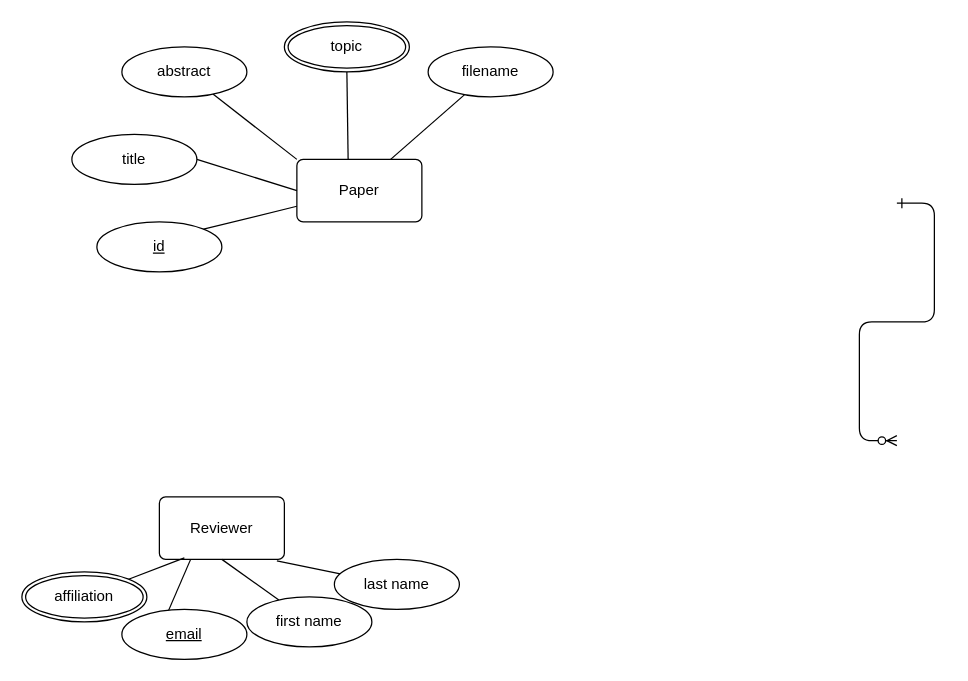
Earlier version of the draw.io diagram Untitled Diagram.drawio (Alibek10599/Node_basic_REST_API_App). Source tidied: cells renumbered, new cells numbered last; positions are measured from the earlier drawing's top-left corner, leaving out a move shared by most shapes. Both pictures are drawn from the tidied source at 125%, with x=0, y=0 at pixel (21, 21).
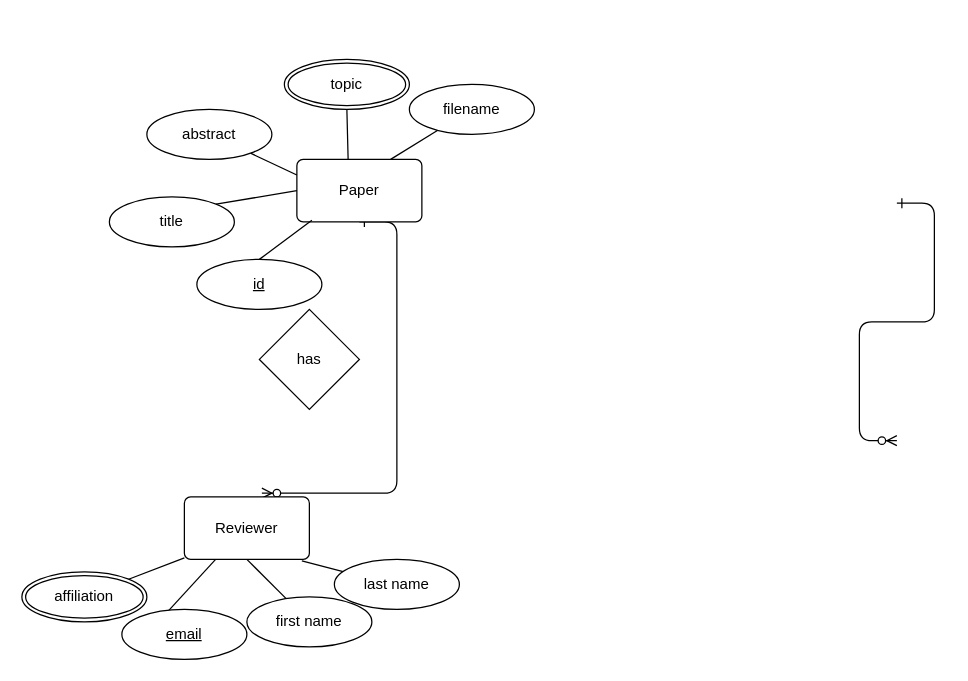
The same page after the edit.

The change refers to these unchanged cells:
```xml
<mxCell id="6" value="Paper" style="rounded=1;arcSize=10;whiteSpace=wrap;html=1;align=center;" parent="1" vertex="1">
  <mxGeometry x="220" y="110" width="100" height="50" as="geometry" />
</mxCell>
```

The edit, as a diff of the source:
```diff
@@
+    <mxCell id="23" style="edgeStyle=entityRelationEdgeStyle;endArrow=ERzeroToMany;startArrow=ERone;endFill=1;startFill=0;entryX=0.62;entryY=-0.06;entryDx=0;entryDy=0;entryPerimeter=0;" parent="1" edge="1" target="3">
+      <mxGeometry relative="1" as="geometry">
+        <mxPoint x="270" y="160" as="sourcePoint" />
+      </mxGeometry>
+    </mxCell>
@@
     <mxCell id="3" value="Reviewer" style="rounded=1;arcSize=10;whiteSpace=wrap;html=1;align=center;" parent="1" vertex="1">
-      <mxGeometry x="110" y="380" width="100" height="50" as="geometry" />
+      <mxGeometry x="130" y="380" width="100" height="50" as="geometry" />
     </mxCell>
@@
-    <mxCell id="12" style="endArrow=none;html=1;exitX=0;exitY=0.5;exitDx=0;exitDy=0;entryX=1;entryY=0.5;entryDx=0;entryDy=0;" parent="1" edge="1" source="6" target="13">
+    <mxCell id="12" style="endArrow=none;html=1;exitX=0;exitY=0.5;exitDx=0;exitDy=0;entryX=1;entryY=0;entryDx=0;entryDy=0;" parent="1" edge="1" source="6" target="13">
       <mxGeometry relative="1" as="geometry" />
     </mxCell>
     <mxCell id="13" value="title" style="ellipse;whiteSpace=wrap;html=1;align=center;" parent="1" vertex="1">
-      <mxGeometry x="40" y="90" width="100" height="40" as="geometry" />
+      <mxGeometry x="70" y="140" width="100" height="40" as="geometry" />
     </mxCell>
     <mxCell id="14" value="id" style="ellipse;whiteSpace=wrap;html=1;align=center;fontStyle=4;" parent="1" vertex="1">
-      <mxGeometry x="60" y="160" width="100" height="40" as="geometry" />
+      <mxGeometry x="140" y="190" width="100" height="40" as="geometry" />
     </mxCell>
-    <mxCell id="15" style="endArrow=none;html=1;exitX=0;exitY=0.75;exitDx=0;exitDy=0;entryX=1;entryY=0;entryDx=0;entryDy=0;" parent="1" edge="1" source="6" target="14">
+    <mxCell id="15" style="endArrow=none;html=1;exitX=0.12;exitY=0.975;exitDx=0;exitDy=0;exitPerimeter=0;entryX=0.5;entryY=0;entryDx=0;entryDy=0;" parent="1" edge="1" source="6" target="14">
       <mxGeometry relative="1" as="geometry" />
     </mxCell>
-    <mxCell id="16" style="endArrow=none;html=1;exitX=0;exitY=0;exitDx=0;exitDy=0;" parent="1" edge="1" source="6" target="17">
+    <mxCell id="16" style="endArrow=none;html=1;exitX=0;exitY=0.25;exitDx=0;exitDy=0;" parent="1" edge="1" source="6" target="17">
       <mxGeometry relative="1" as="geometry" />
     </mxCell>
     <mxCell id="17" value="abstract" style="ellipse;whiteSpace=wrap;html=1;align=center;" parent="1" vertex="1">
-      <mxGeometry x="80" y="20" width="100" height="40" as="geometry" />
+      <mxGeometry x="100" y="70" width="100" height="40" as="geometry" />
     </mxCell>
     <mxCell id="18" value="topic" style="ellipse;shape=doubleEllipse;margin=3;whiteSpace=wrap;html=1;align=center;" parent="1" vertex="1">
-      <mxGeometry x="210" width="100" height="40" as="geometry" />
+      <mxGeometry x="210" y="30" width="100" height="40" as="geometry" />
     </mxCell>
@@
     <mxCell id="21" value="filename" style="ellipse;whiteSpace=wrap;html=1;align=center;" parent="1" vertex="1">
-      <mxGeometry x="325" y="20" width="100" height="40" as="geometry" />
+      <mxGeometry x="310" y="50" width="100" height="40" as="geometry" />
     </mxCell>
+    <mxCell id="24" value="has" style="rhombus;whiteSpace=wrap;html=1;" parent="1" vertex="1">
+      <mxGeometry x="190" y="230" width="80" height="80" as="geometry" />
+    </mxCell>
```
